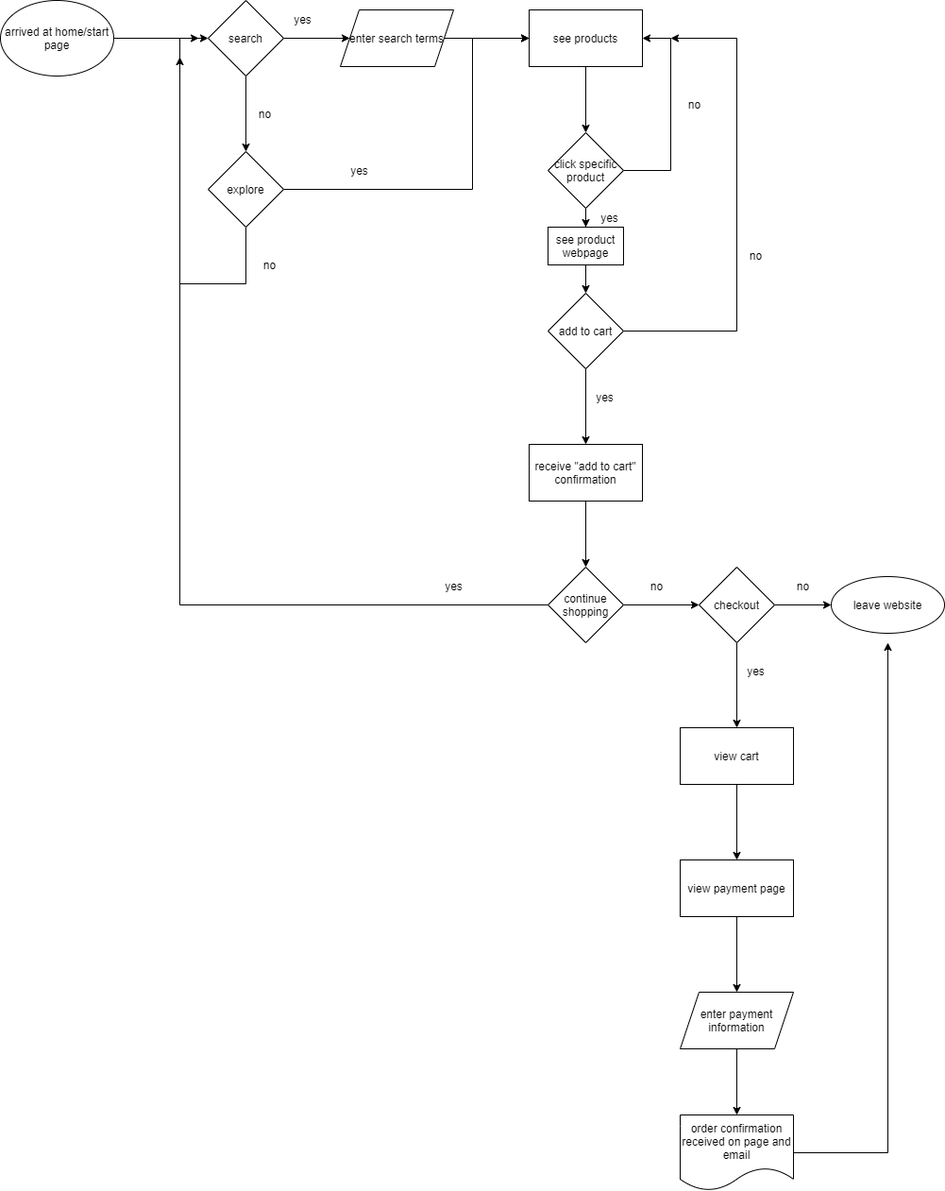
This is explore/diagramming/diagram.drawio.png from wujoannec/fa21-cse110-lab4, a draw.io export, as it was before one commit. Source tidied: cells renumbered, new cells last; positions are measured from the earlier drawing's top-left corner, leaving out a move shared by most shapes.
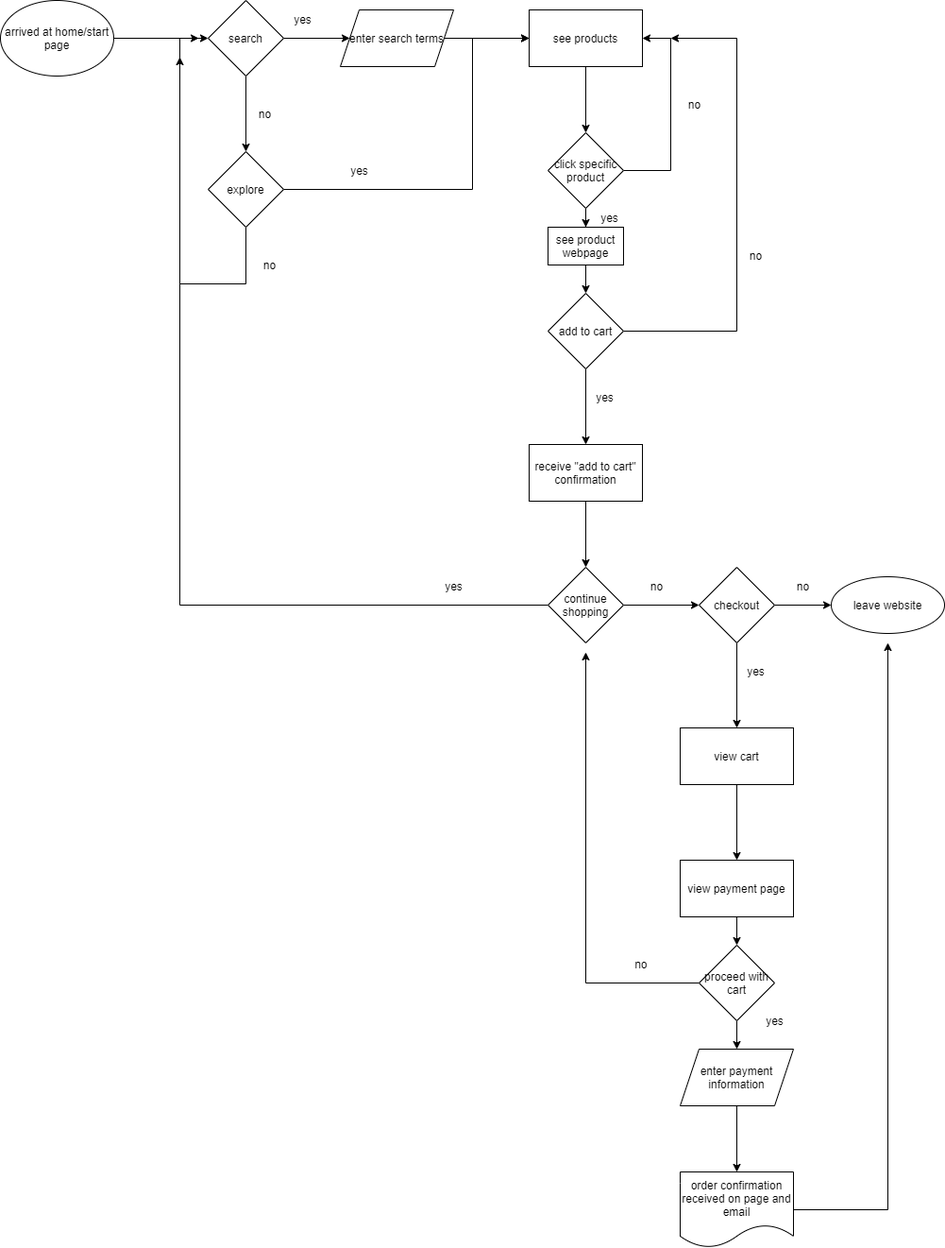
After the commit.

Change to the diagram source:
```diff
@@ -120,9 +120,9 @@
         <mxPoint x="780" y="830" as="sourcePoint" />
       </mxGeometry>
     </mxCell>
-    <mxCell id="30" style="edgeStyle=orthogonalEdgeStyle;rounded=0;jettySize=auto;html=1;" parent="1" edge="1" source="31" target="33">
-      <mxGeometry relative="1" as="geometry" />
-    </mxCell>
+    <mxCell id="51" style="edgeStyle=orthogonalEdgeStyle;rounded=0;jettySize=auto;html=1;" parent="1" edge="1" source="31" target="54">
+      <mxGeometry relative="1" as="geometry" />
+    </mxCell>
     <mxCell id="31" value="view payment page" style="whiteSpace=wrap;html=1;" parent="1" vertex="1">
       <mxGeometry x="720" y="910" width="120" height="60" as="geometry" />
     </mxCell>
@@ -130,7 +130,7 @@
       <mxGeometry relative="1" as="geometry" />
     </mxCell>
     <mxCell id="33" value="enter payment information" style="shape=parallelogram;perimeter=parallelogramPerimeter;whiteSpace=wrap;html=1;fixedSize=1;" parent="1" vertex="1">
-      <mxGeometry x="720" y="1050" width="120" height="60" as="geometry" />
+      <mxGeometry x="720" y="1110" width="120" height="60" as="geometry" />
     </mxCell>
     <mxCell id="34" value="view cart" style="rounded=0;whiteSpace=wrap;html=1;" parent="1" vertex="1">
       <mxGeometry x="720" y="770" width="120" height="60" as="geometry" />
@@ -141,7 +141,7 @@
       </mxGeometry>
     </mxCell>
     <mxCell id="36" value="order confirmation received on page and email" style="shape=document;whiteSpace=wrap;html=1;boundedLbl=1;" parent="1" vertex="1">
-      <mxGeometry x="720" y="1180" width="120" height="80" as="geometry" />
+      <mxGeometry x="720" y="1240" width="120" height="80" as="geometry" />
     </mxCell>
     <mxCell id="37" style="edgeStyle=orthogonalEdgeStyle;rounded=0;jettySize=auto;html=1;entryX=0.5;entryY=0;entryDx=0;entryDy=0;" parent="1" edge="1" source="38" target="19">
       <mxGeometry relative="1" as="geometry" />
@@ -185,5 +185,22 @@
     <mxCell id="50" value="no" style="text;html=1;align=center;verticalAlign=middle;strokeColor=none;" parent="1" vertex="1">
       <mxGeometry x="270" y="270" width="30" height="20" as="geometry" />
     </mxCell>
+    <mxCell id="52" style="edgeStyle=orthogonalEdgeStyle;rounded=0;jettySize=auto;html=1;" parent="1" edge="1" source="54" target="33">
+      <mxGeometry relative="1" as="geometry" />
+    </mxCell>
+    <mxCell id="53" style="edgeStyle=orthogonalEdgeStyle;rounded=0;jettySize=auto;html=1;" parent="1" edge="1" source="54">
+      <mxGeometry relative="1" as="geometry">
+        <mxPoint x="620" y="690" as="targetPoint" />
+      </mxGeometry>
+    </mxCell>
+    <mxCell id="54" value="proceed with cart" style="rhombus;whiteSpace=wrap;html=1;" parent="1" vertex="1">
+      <mxGeometry x="740" y="1000" width="80" height="80" as="geometry" />
+    </mxCell>
+    <mxCell id="55" value="yes" style="text;html=1;align=center;verticalAlign=middle;strokeColor=none;" parent="1" vertex="1">
+      <mxGeometry x="805" y="1070" width="30" height="20" as="geometry" />
+    </mxCell>
+    <mxCell id="56" value="no&amp;nbsp;" style="text;html=1;align=center;verticalAlign=middle;strokeColor=none;" parent="1" vertex="1">
+      <mxGeometry x="665" y="1010" width="30" height="20" as="geometry" />
+    </mxCell>
   </root>
 </mxGraphModel>
```
